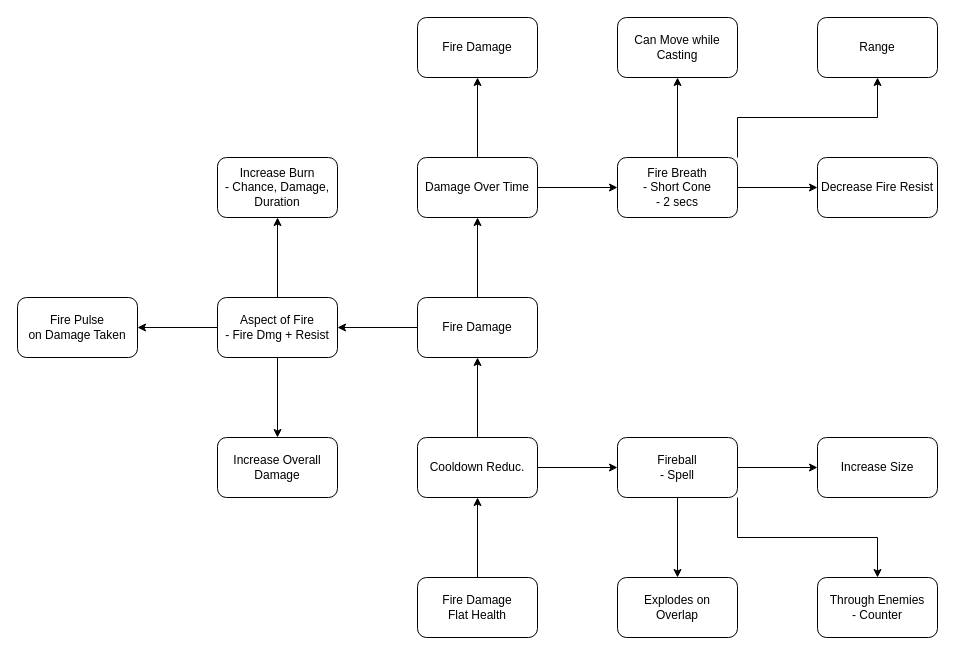
Before: page "Pyro" (2 of 30) of Docs/SkillTree.drawio in LeVieuxSinge/RoguelikeGame, a draw.io diagram. Source tidied: cells renumbered, new cells numbered last; positions are measured from the earlier drawing's top-left corner, leaving out a move shared by most shapes. Both pictures are drawn from the tidied source at 100%, with x=0, y=0 at pixel (17, 17).
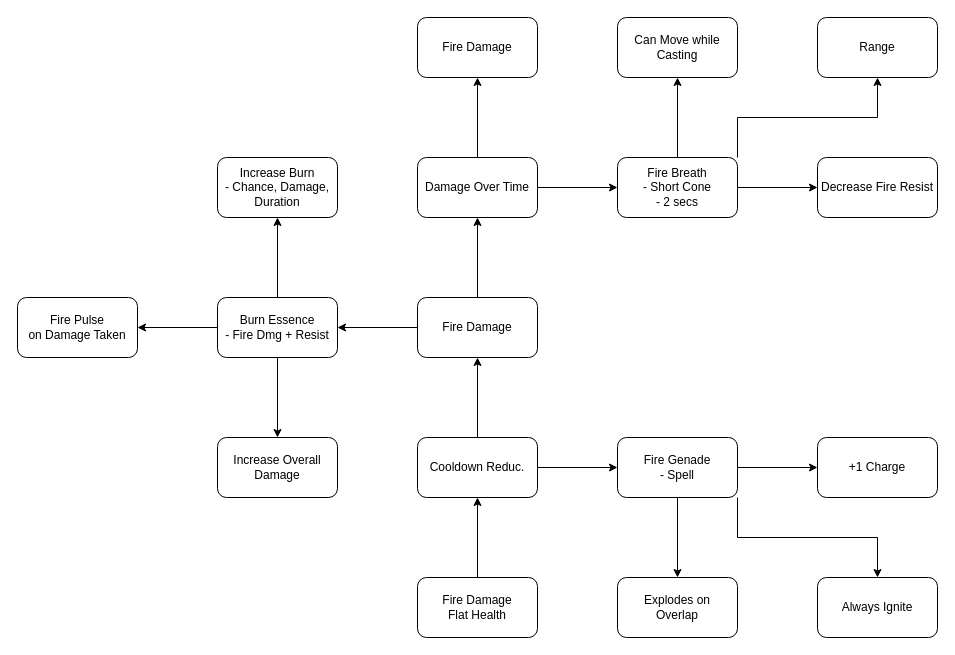
The same page after the edit.

The edit, as a diff of the source:
```diff
@@
-    <mxCell id="13" value="Fireball&lt;br&gt;- Spell" style="rounded=1;whiteSpace=wrap;html=1;" parent="1" vertex="1">
+    <mxCell id="13" value="Fire Genade&lt;br&gt;- Spell" style="rounded=1;whiteSpace=wrap;html=1;" parent="1" vertex="1">
       <mxGeometry x="600" y="420" width="120" height="60" as="geometry" />
     </mxCell>
@@
-    <mxCell id="17" value="Aspect of Fire&lt;br&gt;- Fire Dmg + Resist" style="rounded=1;whiteSpace=wrap;html=1;" parent="1" vertex="1">
+    <mxCell id="17" value="Burn Essence&lt;br&gt;- Fire Dmg + Resist" style="rounded=1;whiteSpace=wrap;html=1;" parent="1" vertex="1">
       <mxGeometry x="200" y="280" width="120" height="60" as="geometry" />
     </mxCell>
@@
-    <mxCell id="26" value="Increase Size" style="rounded=1;whiteSpace=wrap;html=1;" parent="1" vertex="1">
+    <mxCell id="26" value="+1 Charge" style="rounded=1;whiteSpace=wrap;html=1;" parent="1" vertex="1">
       <mxGeometry x="800" y="420" width="120" height="60" as="geometry" />
     </mxCell>
@@
-    <mxCell id="28" value="Through Enemies&lt;br&gt;- Counter" style="rounded=1;whiteSpace=wrap;html=1;" parent="1" vertex="1">
+    <mxCell id="28" value="Always Ignite" style="rounded=1;whiteSpace=wrap;html=1;" parent="1" vertex="1">
       <mxGeometry x="800" y="560" width="120" height="60" as="geometry" />
     </mxCell>
```
